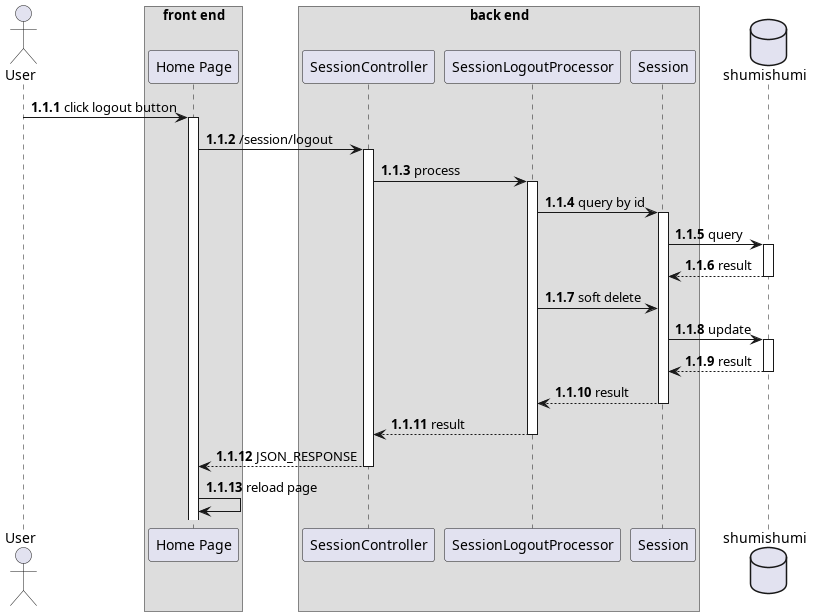
This is thesis/latex/diagram/sequence diagram/6. logout/logout.png from aldihsuhandi/skripsi-2023, a PlantUML export, as it was before one commit.
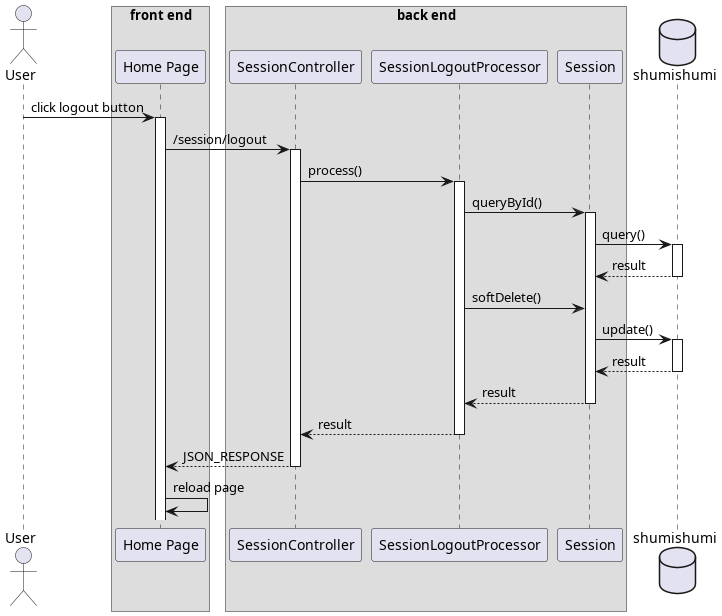
After the commit.

Change to the diagram source:
```diff
@@ -1,5 +1,4 @@
 @startuml logout
-autonumber 1.1.1
 
 actor User as u
 
@@ -20,14 +19,14 @@
 u -> home++ : click logout button
 home -> sc++ : /session/logout
 
-sc -> proc++ : process
+sc -> proc++ : process()
 
-proc -> sm++ : query by id
-sm -> db++ : query
+proc -> sm++ : queryById()
+sm -> db++ : query()
 return result
 
-proc -> sm : soft delete
-sm -> db++ : update
+proc -> sm : softDelete()
+sm -> db++ : update()
 return result
 return result
 
```
